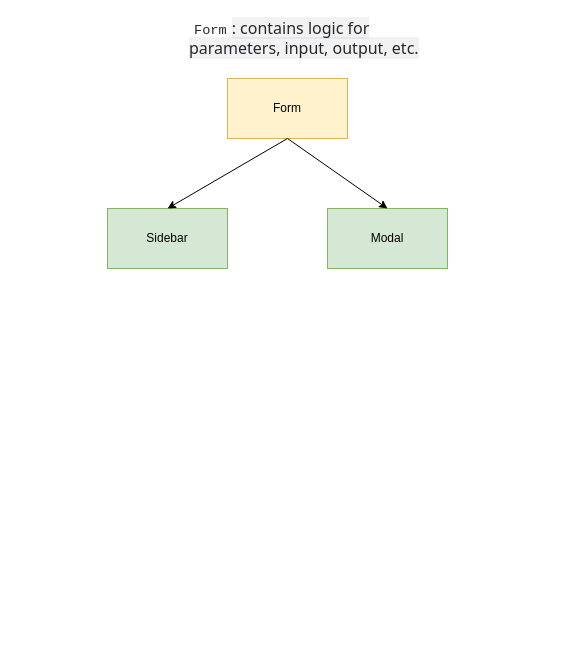
stone-lyl/assets keeps this draw.io diagram as page "Page-2" (2 of 2) of TableComponent.drawio. Above is the earlier version. Source tidied: cells renumbered, new cells numbered last; positions are measured from the earlier drawing's top-left corner, leaving out a move shared by most shapes. Both pictures are drawn from the tidied source at 100%, with x=0, y=0 at pixel (107, 18).
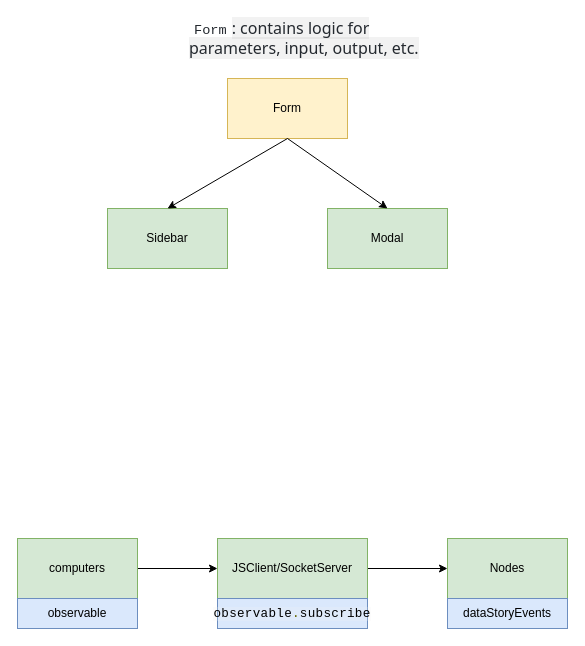
After the change.

The edit, as a diff of the source:
```diff
@@
 <mxGraphModel>
   <root>
     <mxCell id="0" />
     <mxCell id="1" parent="0" />
     <mxCell id="2" value="Sidebar" style="rounded=0;whiteSpace=wrap;html=1;fillColor=#d5e8d4;strokeColor=#82b366;" parent="1" vertex="1">
       <mxGeometry y="190" width="120" height="60" as="geometry" />
     </mxCell>
     <mxCell id="3" value="Form" style="rounded=0;whiteSpace=wrap;html=1;fillColor=#fff2cc;strokeColor=#d6b656;" parent="1" vertex="1">
       <mxGeometry x="120" y="60" width="120" height="60" as="geometry" />
     </mxCell>
     <mxCell id="4" value="Modal" style="rounded=0;whiteSpace=wrap;html=1;fillColor=#d5e8d4;strokeColor=#82b366;" parent="1" vertex="1">
       <mxGeometry x="220" y="190" width="120" height="60" as="geometry" />
     </mxCell>
     <mxCell id="5" style="endArrow=classic;html=1;rounded=0;exitX=0.5;exitY=1;exitDx=0;exitDy=0;entryX=0.5;entryY=0;entryDx=0;entryDy=0;" parent="1" edge="1" source="3" target="2">
       <mxGeometry relative="1" as="geometry" />
     </mxCell>
     <mxCell id="6" style="endArrow=classic;html=1;rounded=0;entryX=0.5;entryY=0;entryDx=0;entryDy=0;" parent="1" edge="1" target="4">
       <mxGeometry relative="1" as="geometry">
         <mxPoint x="180" y="120" as="sourcePoint" />
       </mxGeometry>
     </mxCell>
     <mxCell id="7" value="&lt;code style=&quot;background-color: var(--color-neutral-muted); color: rgb(36, 41, 47); white-space-collapse: break-spaces; font-family: Consolas, Monaco, &amp;quot;Andale Mono&amp;quot;, &amp;quot;Ubuntu Mono&amp;quot;, monospace; font-size: 13.6px; padding: 3px 5px; margin: 0px; border-radius: 6px;&quot;&gt;Form&lt;/code&gt;&lt;span style=&quot;background-color: rgba(0, 0, 0, 0.05); color: rgb(36, 41, 47); font-family: &amp;quot;Noto Sans&amp;quot;, &amp;quot;SF Pro SC&amp;quot;, &amp;quot;SF Pro Text&amp;quot;, &amp;quot;SF Pro Icons&amp;quot;, &amp;quot;PingFang SC&amp;quot;, &amp;quot;Helvetica Neue&amp;quot;, Helvetica, Arial, sans-serif; font-size: 16px;&quot;&gt;: contains logic for parameters, input, output, etc.&lt;/span&gt;" style="text;html=1;align=left;verticalAlign=middle;whiteSpace=wrap;rounded=0;" parent="1" vertex="1">
       <mxGeometry x="80" width="250" height="40" as="geometry" />
     </mxCell>
+    <mxCell id="8" style="edgeStyle=orthogonalEdgeStyle;rounded=0;jettySize=auto;html=1;" parent="1" edge="1" source="9" target="11">
+      <mxGeometry relative="1" as="geometry" />
+    </mxCell>
+    <mxCell id="9" value="computers" style="rounded=0;whiteSpace=wrap;html=1;fillColor=#d5e8d4;strokeColor=#82b366;" parent="1" vertex="1">
+      <mxGeometry x="-90" y="520" width="120" height="60" as="geometry" />
+    </mxCell>
+    <mxCell id="10" style="edgeStyle=orthogonalEdgeStyle;rounded=0;jettySize=auto;html=1;" parent="1" edge="1" source="11" target="14">
+      <mxGeometry relative="1" as="geometry" />
+    </mxCell>
+    <mxCell id="11" value="JSClient/SocketServer" style="rounded=0;whiteSpace=wrap;html=1;fillColor=#d5e8d4;strokeColor=#82b366;" parent="1" vertex="1">
+      <mxGeometry x="110" y="520" width="150" height="60" as="geometry" />
+    </mxCell>
+    <mxCell id="12" value="&lt;span style=&quot;text-wrap: nowrap;&quot;&gt;observable&lt;/span&gt;" style="rounded=0;whiteSpace=wrap;html=1;fillColor=#dae8fc;strokeColor=#6c8ebf;" parent="1" vertex="1">
+      <mxGeometry x="-90" y="580" width="120" height="30" as="geometry" />
+    </mxCell>
+    <mxCell id="13" value="&lt;span style=&quot;line-height: 24px; font-family: &amp;quot;Droid Sans Mono&amp;quot;, monospace; font-size: 12.6px; letter-spacing: 0.3px; text-align: left; white-space-collapse: preserve; background-color: rgba(241, 241, 241, 0.2);&quot; class=&quot;pln&quot;&gt;observable&lt;/span&gt;&lt;span style=&quot;line-height: 24px; color: rgb(102, 102, 0); font-family: &amp;quot;Droid Sans Mono&amp;quot;, monospace; font-size: 12.6px; letter-spacing: 0.3px; text-align: left; white-space-collapse: preserve; background-color: rgba(241, 241, 241, 0.2);&quot; class=&quot;pun&quot;&gt;.&lt;/span&gt;&lt;span style=&quot;line-height: 24px; font-family: &amp;quot;Droid Sans Mono&amp;quot;, monospace; font-size: 12.6px; letter-spacing: 0.3px; text-align: left; white-space-collapse: preserve; background-color: rgba(241, 241, 241, 0.2);&quot; class=&quot;pln&quot;&gt;subscribe&lt;/span&gt;" style="rounded=0;whiteSpace=wrap;html=1;fillColor=#dae8fc;strokeColor=#6c8ebf;" parent="1" vertex="1">
+      <mxGeometry x="110" y="580" width="150" height="30" as="geometry" />
+    </mxCell>
+    <mxCell id="14" value="Nodes" style="rounded=0;whiteSpace=wrap;html=1;fillColor=#d5e8d4;strokeColor=#82b366;" parent="1" vertex="1">
+      <mxGeometry x="340" y="520" width="120" height="60" as="geometry" />
+    </mxCell>
+    <mxCell id="15" value="dataStoryEvents" style="rounded=0;whiteSpace=wrap;html=1;fillColor=#dae8fc;strokeColor=#6c8ebf;" parent="1" vertex="1">
+      <mxGeometry x="340" y="580" width="120" height="30" as="geometry" />
+    </mxCell>
   </root>
 </mxGraphModel>
```
